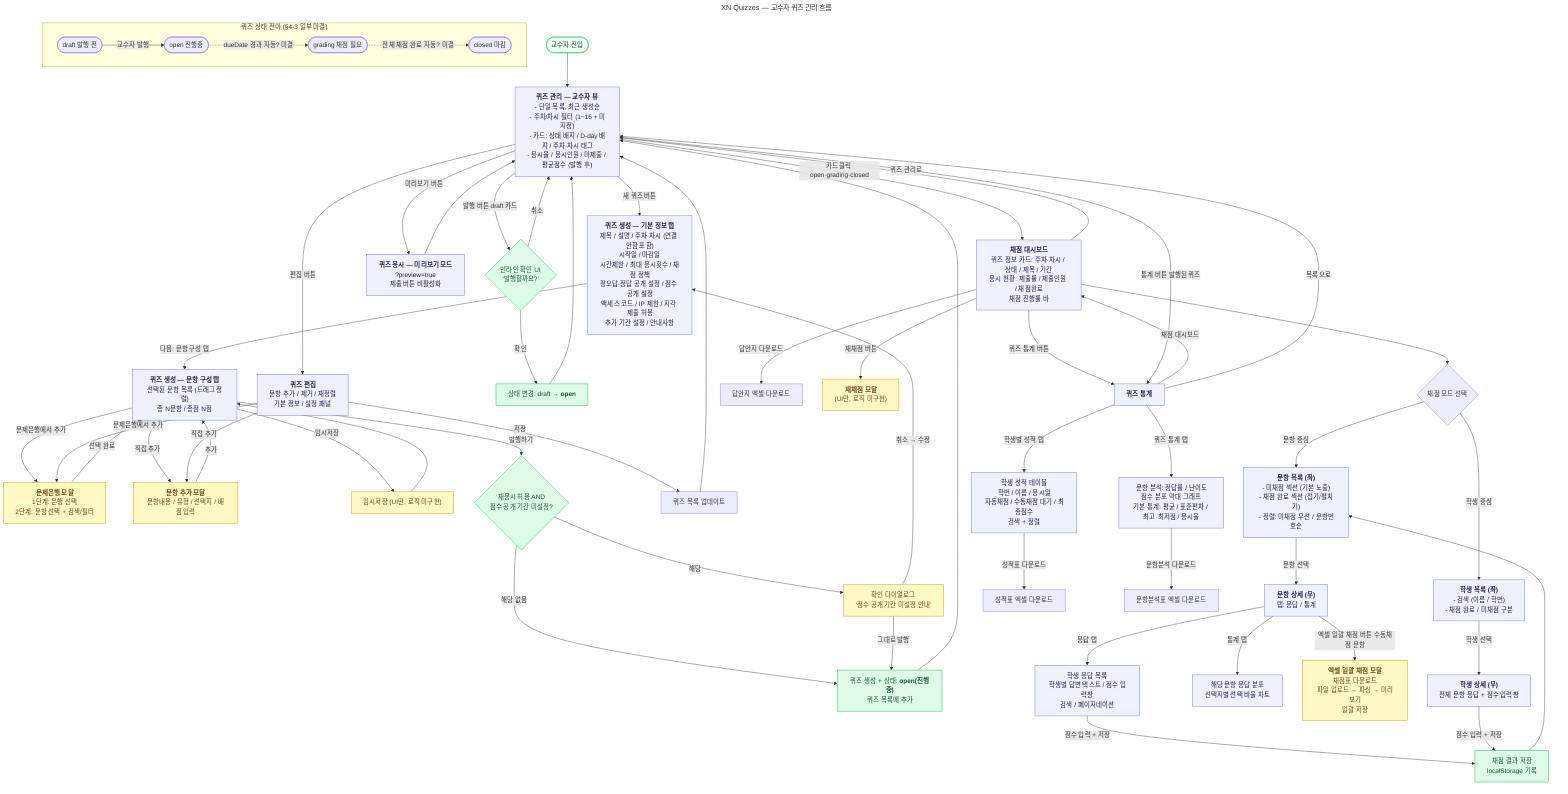
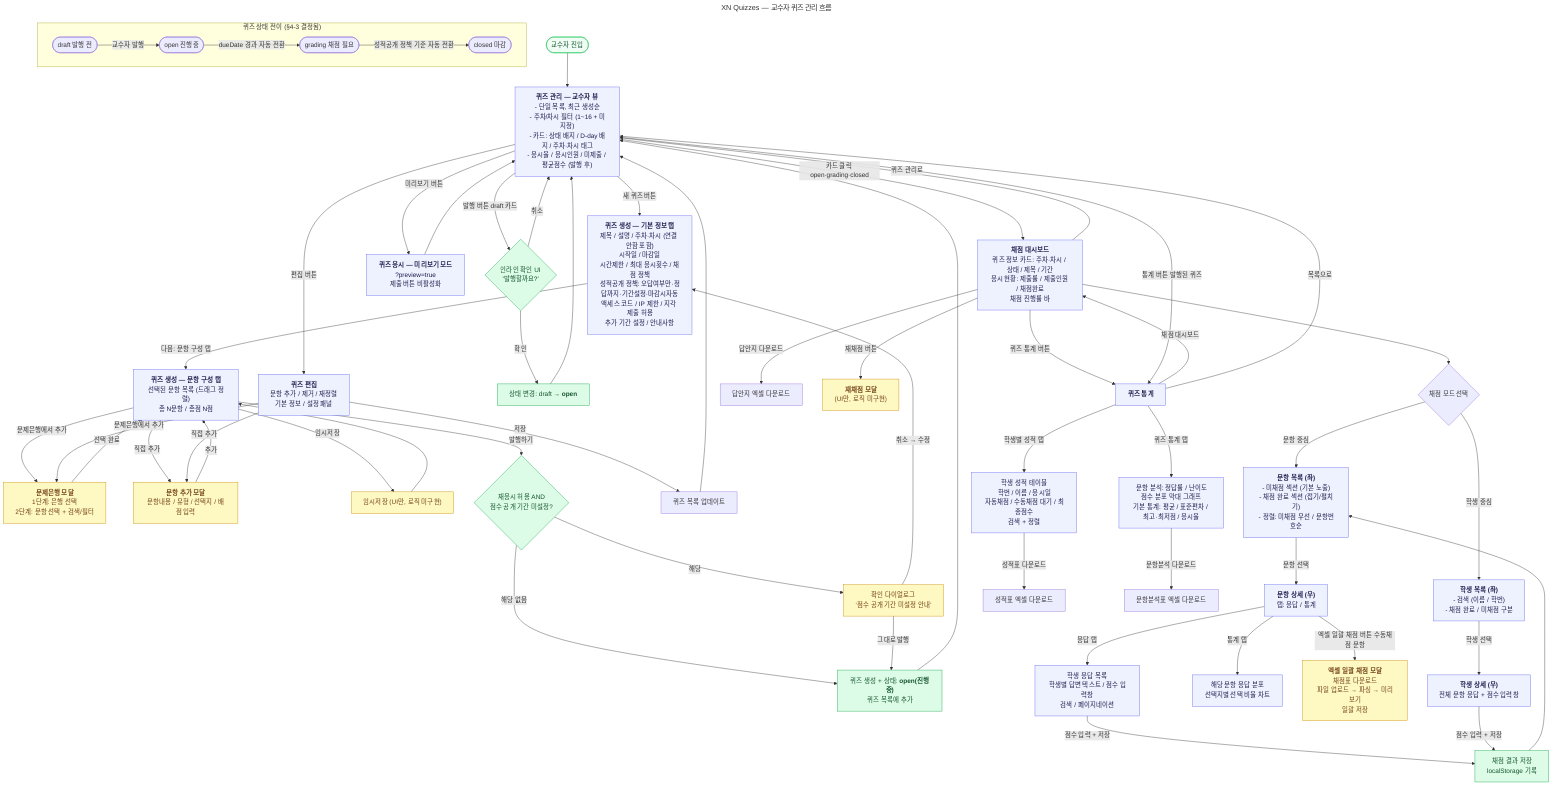
---
title: XN Quizzes — 교수자 퀴즈 관리 흐름
---
flowchart TD
    START([교수자 진입]) --> QL["`**퀴즈 관리 — 교수자 뷰**
    - 단일 목록, 최근 생성순
    - 주차/차시 필터 (1~16 + 미지정)
    - 카드: 상태 배지 / D-day 배지 / 주차·차시 태그
    - 응시율 / 응시인원 / 미제출 / 평균점수 (발행 후)`"]

    %% ── 퀴즈 생성 흐름 ──────────────────────────
    QL -->|새 퀴즈 버튼| QC_INFO["`**퀴즈 생성 — 기본 정보 탭**
    제목 / 설명 / 주차·차시 (연결 안함 포함)
    시작일 / 마감일
    시간제한 / 최대 응시횟수 / 채점 정책
-     정오답·정답 공개 설정 / 점수 공개 설정
+     성적공개 정책: 오답여부만·정답까지·기간설정·마감시자동
    액세스 코드 / IP 제한 / 지각 제출 허용
    추가 기간 설정 / 안내사항`"]

    QC_INFO -->|다음: 문항 구성 탭| QC_Q["`**퀴즈 생성 — 문항 구성 탭**
    선택된 문항 목록 (드래그 정렬)
    총 N문항 / 총점 N점`"]

    QC_Q -->|문제은행에서 추가| M_BANK["`**문제은행 모달**
    1단계: 은행 선택
    2단계: 문항 선택 + 검색/필터`"]
    QC_Q -->|직접 추가| M_ADD["`**문항 추가 모달**
    문항내용 / 유형 / 선택지 / 배점 입력`"]
    M_BANK -->|선택 완료| QC_Q
    M_ADD  -->|추가| QC_Q

    QC_Q -->|임시저장| DRAFT_SAVE["`임시저장 (UI만, 로직 미구현)`"]
    DRAFT_SAVE --> QC_Q

    QC_Q -->|발행하기| CHECK_MULTI{재응시 허용 AND
    점수 공개 기간 미설정?}
    CHECK_MULTI -->|해당 없음| PUBLISH_OPEN
    CHECK_MULTI -->|해당| CONFIRM_WARN["`확인 다이얼로그
    '점수 공개 기간 미설정 안내'`"]
    CONFIRM_WARN -->|그대로 발행| PUBLISH_OPEN
    CONFIRM_WARN -->|취소 → 수정| QC_INFO

    PUBLISH_OPEN["`퀴즈 생성 + 상태: **open(진행중)**
    퀴즈 목록에 추가`"]
    PUBLISH_OPEN --> QL

    %% ── 미리보기 ────────────────────────────────
    QL -->|미리보기 버튼| QA_PREVIEW["`**퀴즈 응시 — 미리보기 모드**
    ?preview=true
    제출 버튼 비활성화`"]
    QA_PREVIEW --> QL

    %% ── 퀴즈 편집 흐름 ──────────────────────────
    QL -->|편집 버튼| QE["`**퀴즈 편집**
    문항 추가 / 제거 / 재정렬
    기본 정보 / 설정 패널`"]

    QE -->|문제은행에서 추가| M_BANK
    QE -->|직접 추가| M_ADD
    QE -->|저장| SAVE_QUIZ["`퀴즈 목록 업데이트`"]
    SAVE_QUIZ --> QL

    %% ── 퀴즈 발행 (목록 카드에서 직접) ──────────
    QL -->|발행 버튼 draft 카드| CONFIRM_PUB{"`인라인 확인 UI
    '발행할까요?'`"}
    CONFIRM_PUB -->|확인| STATUS_OPEN["`상태 변경: draft → **open**`"]
    CONFIRM_PUB -->|취소| QL
    STATUS_OPEN --> QL

    %% ── 채점 대시보드 진입 ───────────────────────
    QL -->|카드 클릭 open·grading·closed| GD["`**채점 대시보드**
    퀴즈 정보 카드: 주차·차시 / 상태 / 제목 / 기간
    응시 현황: 제출률 / 제출인원 / 채점완료
    채점 진행률 바`"]

    GD --> GRADE_MODE{채점 모드 선택}

    %% 문항 중심
    GRADE_MODE -->|문항 중심| GD_Q["`**문항 목록 (좌)**
    - 미채점 섹션 (기본 노출)
    - 채점 완료 섹션 (접기/펼치기)
    - 정렬: 미채점 우선 / 문항번호순`"]
    GD_Q -->|문항 선택| GD_Q_DETAIL["`**문항 상세 (우)**
    탭: 응답 / 통계`"]
    GD_Q_DETAIL -->|응답 탭| GD_Q_RESP["`학생 응답 목록
    학생별 답변 텍스트 / 점수 입력창
    검색 / 페이지네이션`"]
    GD_Q_DETAIL -->|통계 탭| GD_Q_STATS["`해당 문항 응답 분포
    선택지별 선택 비율 차트`"]
    GD_Q_DETAIL -->|엑셀 일괄 채점 버튼 수동채점 문항| M_EXCEL["`**엑셀 일괄 채점 모달**
    채점표 다운로드
    파일 업로드 → 파싱 → 미리보기
    일괄 저장`"]
    GD_Q_RESP -->|점수 입력 + 저장| SAVE_GRADE["`채점 결과 저장
    localStorage 기록`"]
    SAVE_GRADE --> GD_Q

    %% 학생 중심
    GRADE_MODE -->|학생 중심| GD_S["`**학생 목록 (좌)**
    - 검색 (이름 / 학번)
    - 채점 완료 / 미채점 구분`"]
    GD_S -->|학생 선택| GD_S_RESP["`**학생 상세 (우)**
    전체 문항 응답 + 점수 입력창`"]
    GD_S_RESP -->|점수 입력 + 저장| SAVE_GRADE

    %% 공통 액션 바
    GD -->|답안지 다운로드| DL_ANSWER["`답안지 엑셀 다운로드`"]
    GD -->|재채점 버튼| M_REGRADE["`**재채점 모달**
    (UI만, 로직 미구현)`"]
    GD -->|퀴즈 통계 버튼| QS["`**퀴즈 통계**`"]
    GD -->|퀴즈 관리로| QL

-     %% 퀴즈 마감: 미구현 (§4-3 상태 전이 자동화 정책 미결)
+     %% 퀴즈 마감: dueDate 경과 시 자동 전환 (§4-3 결정됨)

    %% ── 통계 조회 흐름 ───────────────────────────
    QL -->|통계 버튼 발행된 퀴즈| QS
    QS -->|학생별 성적 탭| QS_GRADES["`학생 성적 테이블
    학번 / 이름 / 응시일
    자동채점 / 수동채점 대기 / 최종점수
    검색 + 정렬`"]
    QS -->|퀴즈 통계 탭| QS_STATS["`문항 분석: 정답률 / 난이도
    점수 분포 막대 그래프
    기본 통계: 평균 / 표준편차 / 최고·최저점 / 응시율`"]

    QS_GRADES -->|성적표 다운로드| DL_GRADES["`성적표 엑셀 다운로드`"]
    QS_STATS  -->|문항분석 다운로드| DL_ITEM["`문항분석표 엑셀 다운로드`"]
    QS -->|채점 대시보드| GD
    QS -->|목록으로| QL

    %% ── 퀴즈 상태 전이 요약 ─────────────────────
-     subgraph STATUS ["퀴즈 상태 전이 (§4-3 일부 미결)"]
+     subgraph STATUS ["퀴즈 상태 전이 (§4-3 결정됨)"]
        direction LR
        S_DRAFT([draft 발행 전]) -->|교수자 발행| S_OPEN([open 진행중])
-         S_OPEN  -.->|dueDate 경과 자동? 미결| S_GRADING(["grading 채점 필요"])
-         S_GRADING -.->|전체 채점 완료 자동? 미결| S_CLOSED([closed 마감])
+         S_OPEN  -->|dueDate 경과 자동 전환| S_GRADING(["grading 채점 필요"])
+         S_GRADING -->|성적공개 정책 기준 자동 전환| S_CLOSED([closed 마감])
    end

    %% ── 스타일 ───────────────────────────────────
    style QL            fill:#EEF2FF,stroke:#6366F1,color:#1e1b4b
    style QC_INFO       fill:#EEF2FF,stroke:#6366F1,color:#1e1b4b
    style QC_Q          fill:#EEF2FF,stroke:#6366F1,color:#1e1b4b
    style QE            fill:#EEF2FF,stroke:#6366F1,color:#1e1b4b
    style GD            fill:#EEF2FF,stroke:#6366F1,color:#1e1b4b
    style GD_Q          fill:#EEF2FF,stroke:#6366F1,color:#1e1b4b
    style GD_Q_DETAIL   fill:#EEF2FF,stroke:#6366F1,color:#1e1b4b
    style GD_Q_RESP     fill:#EEF2FF,stroke:#6366F1,color:#1e1b4b
    style GD_Q_STATS    fill:#EEF2FF,stroke:#6366F1,color:#1e1b4b
    style GD_S          fill:#EEF2FF,stroke:#6366F1,color:#1e1b4b
    style GD_S_RESP     fill:#EEF2FF,stroke:#6366F1,color:#1e1b4b
    style QS            fill:#EEF2FF,stroke:#6366F1,color:#1e1b4b
    style QS_GRADES     fill:#EEF2FF,stroke:#6366F1,color:#1e1b4b
    style QS_STATS      fill:#EEF2FF,stroke:#6366F1,color:#1e1b4b
    style QA_PREVIEW    fill:#EEF2FF,stroke:#6366F1,color:#1e1b4b

    style M_BANK        fill:#FEF9C3,stroke:#CA8A04,color:#713f12
    style M_ADD         fill:#FEF9C3,stroke:#CA8A04,color:#713f12
    style M_EXCEL       fill:#FEF9C3,stroke:#CA8A04,color:#713f12
    style M_REGRADE     fill:#FEF9C3,stroke:#CA8A04,color:#713f12
    style DRAFT_SAVE    fill:#FEF9C3,stroke:#CA8A04,color:#713f12

    style CONFIRM_PUB   fill:#DCFCE7,stroke:#16A34A,color:#14532d
    style CONFIRM_WARN  fill:#FEF9C3,stroke:#CA8A04,color:#713f12
    style CHECK_MULTI   fill:#DCFCE7,stroke:#16A34A,color:#14532d

    style STATUS_OPEN   fill:#DCFCE7,stroke:#16A34A,color:#14532d
    style PUBLISH_OPEN  fill:#DCFCE7,stroke:#16A34A,color:#14532d
    style SAVE_GRADE    fill:#DCFCE7,stroke:#16A34A,color:#14532d

    style START fill:#F0FDF4,stroke:#22C55E,color:#14532d
